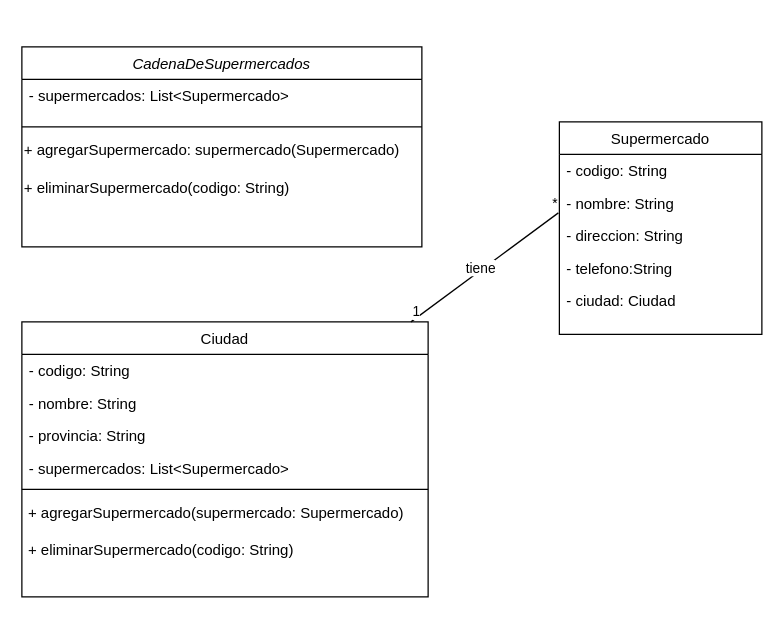
Earlier version of the draw.io diagram Untitled Diagram.drawio (vitoriadelanachaves/uml_class_diagram). Source tidied: cells renumbered, new cells numbered last; positions are measured from the earlier drawing's top-left corner, leaving out a move shared by most shapes. Both pictures are drawn from the tidied source at 125%, with x=0, y=0 at pixel (21, 46).
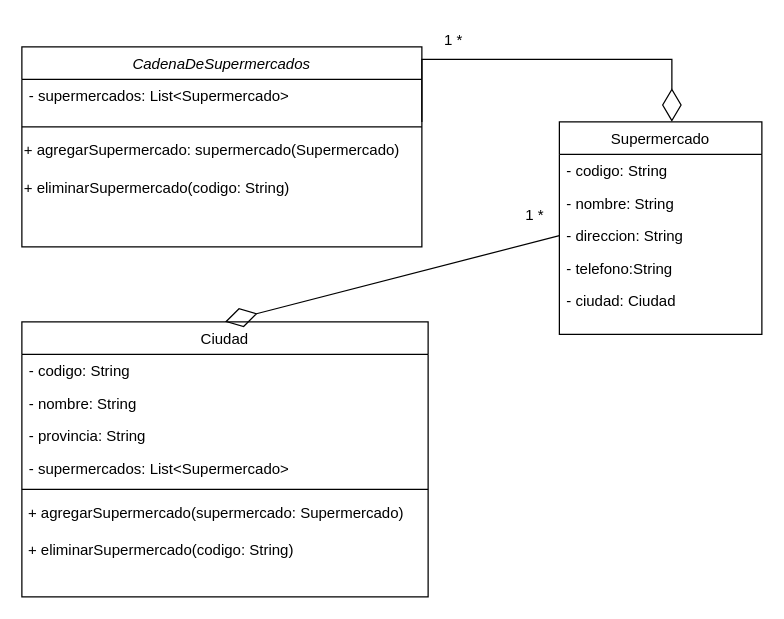
The same diagram, later.

The change refers to these unchanged cells:
```xml
<mxCell id="7" value="Ciudad" style="swimlane;fontStyle=0;align=center;verticalAlign=top;horizontal=1;startSize=26;rounded=0;shadow=0;strokeWidth=1;" parent="1" vertex="1">
  <mxGeometry y="220" width="325" height="220" as="geometry" />
</mxCell>
<mxCell id="18" value="- direccion: String" style="text;align=left;verticalAlign=top;spacingLeft=4;spacingRight=4;overflow=hidden;points=[[0,0.5],[1,0.5]];portConstraint=eastwest;rounded=0;shadow=0;html=0;" parent="15" vertex="1">
  <mxGeometry y="78" width="162" height="26" as="geometry" />
</mxCell>
```

Diff of the diagram source:
```diff
@@
-    <mxCell id="21" style="endArrow=none;html=1;rounded=0;entryX=-0.005;entryY=-0.2;entryDx=0;entryDy=0;entryPerimeter=0;align=center;" parent="1" edge="1" source="7" target="18">
-      <mxGeometry relative="1" as="geometry" />
-    </mxCell>
-    <mxCell id="22" value="1" style="edgeLabel;html=1;align=left;verticalAlign=bottom;" parent="21" vertex="1">
-      <mxGeometry x="-1" relative="1" as="geometry" />
-    </mxCell>
-    <mxCell id="23" value="*" style="edgeLabel;html=1;align=right;verticalAlign=bottom;" parent="21" vertex="1">
-      <mxGeometry x="1" relative="1" as="geometry" />
-    </mxCell>
-    <mxCell id="24" value="tiene" style="edgeLabel;html=1;align=center;verticalAlign=middle;" parent="21" vertex="1">
-      <mxGeometry x="-0.05" y="2" relative="1" as="geometry" />
-    </mxCell>
+    <mxCell id="25" value="1 *" style="text;html=1;align=center;verticalAlign=middle;strokeColor=none;fillColor=none;" parent="1" vertex="1">
+      <mxGeometry x="390" y="120" width="40" height="30" as="geometry" />
+    </mxCell>
+    <mxCell id="26" value="1 *" style="text;html=1;align=center;verticalAlign=middle;strokeColor=none;fillColor=none;" parent="1" vertex="1">
+      <mxGeometry x="325" y="-20" width="40" height="30" as="geometry" />
+    </mxCell>
+    <mxCell id="27" style="endArrow=diamondThin;endFill=0;endSize=24;html=1;rounded=0;exitX=1.011;exitY=-0.085;exitDx=0;exitDy=0;exitPerimeter=0;edgeStyle=orthogonalEdgeStyle;" parent="1" edge="1">
+      <mxGeometry relative="1" as="geometry">
+        <mxPoint x="320" y="60" as="sourcePoint" />
+        <mxPoint x="520" y="60" as="targetPoint" />
+        <Array as="points">
+          <mxPoint x="320" y="10" />
+          <mxPoint x="520" y="10" />
+        </Array>
+      </mxGeometry>
+    </mxCell>
+    <mxCell id="28" style="endArrow=diamondThin;endFill=0;endSize=24;html=1;rounded=0;entryX=0.5;entryY=0;entryDx=0;entryDy=0;exitX=0;exitY=0.5;exitDx=0;exitDy=0;" parent="1" edge="1" source="18" target="7">
+      <mxGeometry relative="1" as="geometry" />
+    </mxCell>
```
